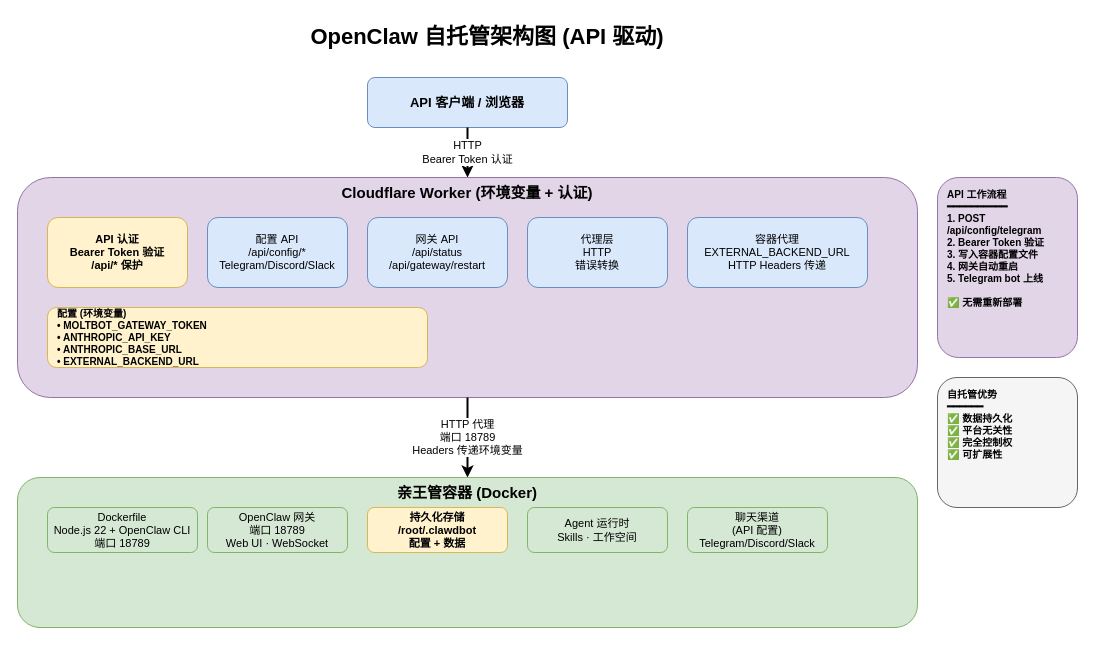
Before: docs/architecture.drawio in ringcrl/openclaw-worker, a draw.io diagram. Source tidied: cells renumbered, new cells numbered last; positions are measured from the earlier drawing's top-left corner, leaving out a move shared by most shapes. Both pictures are drawn from the tidied source at 100%, with x=0, y=0 at pixel (17, 17).
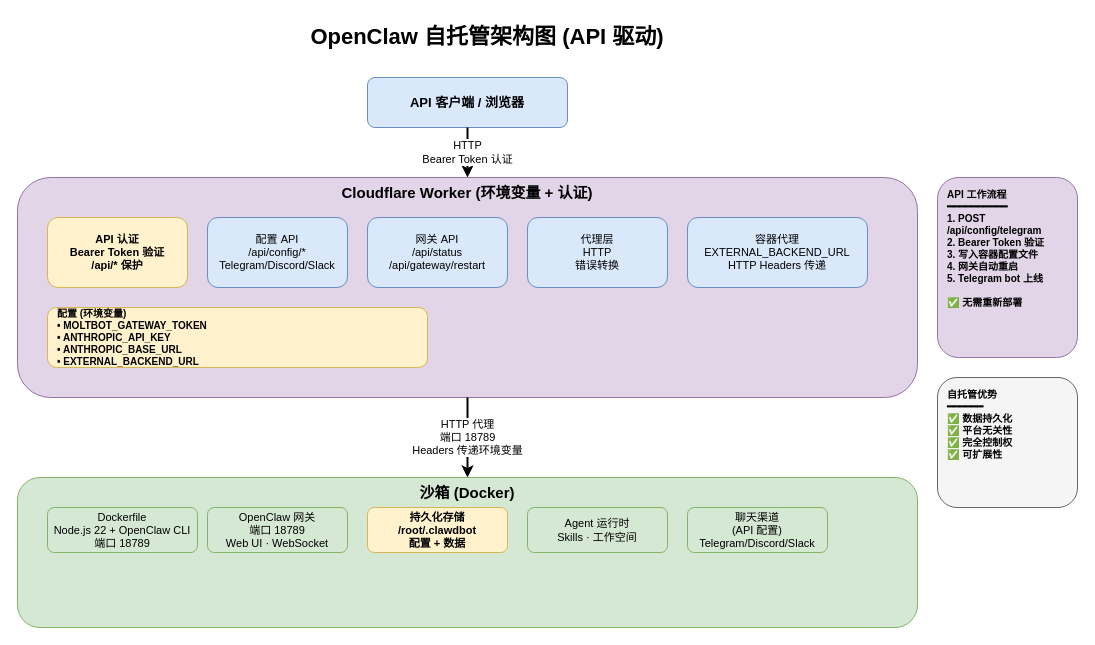
After the change.

Change to the diagram source:
```diff
@@
-    <mxCell id="13" value="亲王管容器 (Docker)" style="rounded=1;whiteSpace=wrap;html=1;fillColor=#d5e8d4;strokeColor=#82b366;fontSize=15;fontStyle=1;align=center;verticalAlign=top;" parent="1" vertex="1">
+    <mxCell id="13" value="沙箱 (Docker)" style="rounded=1;whiteSpace=wrap;html=1;fillColor=#d5e8d4;strokeColor=#82b366;fontSize=15;fontStyle=1;align=center;verticalAlign=top;" parent="1" vertex="1">
       <mxGeometry y="460" width="900" height="150" as="geometry" />
     </mxCell>
```
